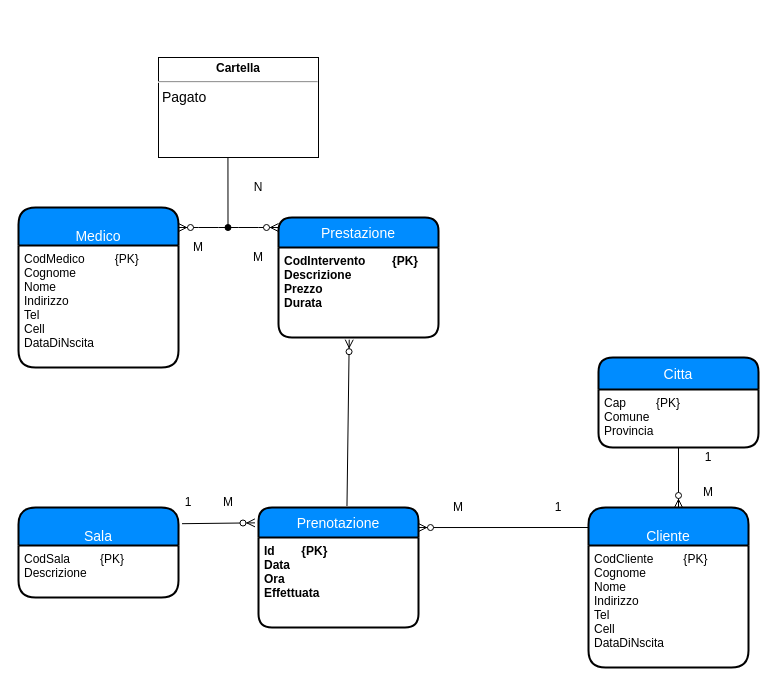
The draw.io diagram Studio_Dentistico_Associato_05_2022.drawio in amarzocchella/DB, before the edit. Source tidied: cells renumbered, new cells numbered last; positions are measured from the earlier drawing's top-left corner, leaving out a move shared by most shapes. Both pictures are drawn from the tidied source at 100%, with x=0, y=0 at pixel (18, 57).
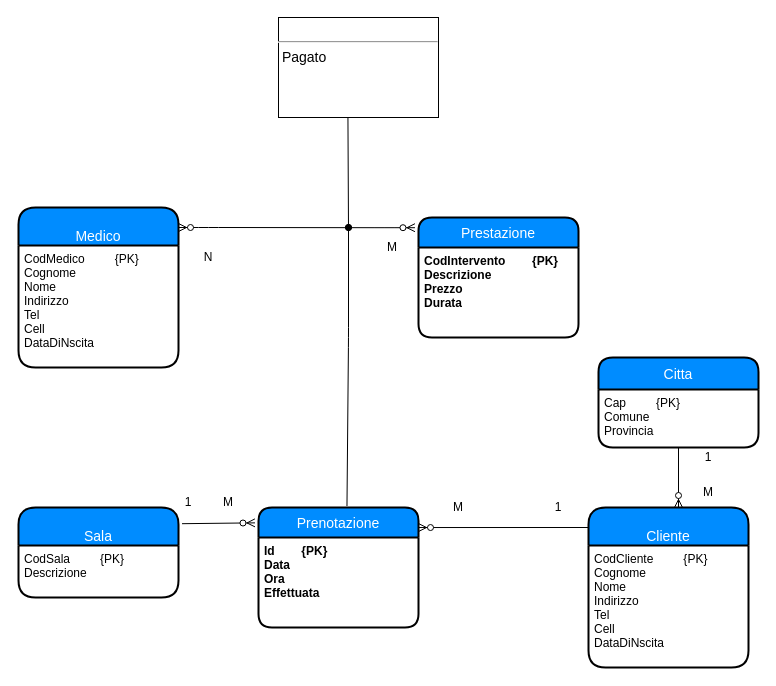
Above is the later version.

The change refers to these unchanged cells:
```xml
<mxCell id="3" value="CodIntervento        {PK}&#10;Descrizione&#10;Prezzo&#10;Durata" style="align=left;strokeColor=none;fillColor=none;spacingLeft=4;fontSize=12;verticalAlign=top;fontStyle=1;" parent="2" vertex="1">
  <mxGeometry y="30" width="160" height="90" as="geometry" />
</mxCell>
<mxCell id="16" value="&#10;Medico" style="swimlane;horizontal=1;startSize=38;fillColor=#008cff;fontColor=#FFFFFF;rounded=1;fontSize=14;fontStyle=0;strokeWidth=2;shadow=0;dashed=0;align=center;" parent="1" vertex="1">
  <mxGeometry y="150" width="160" height="160" as="geometry" />
</mxCell>
<mxCell id="23" value="Prenotazione" style="swimlane;horizontal=1;startSize=30;fillColor=#008cff;fontColor=#FFFFFF;rounded=1;fontSize=14;fontStyle=0;strokeWidth=2;shadow=0;dashed=0;align=center;" parent="1" vertex="1">
  <mxGeometry x="240" y="450" width="160" height="120" as="geometry" />
</mxCell>
```

The edit, as a diff of the source:
```diff
@@
     <mxCell id="2" value="Prestazione" style="swimlane;horizontal=1;startSize=30;fillColor=#008cff;fontColor=#FFFFFF;rounded=1;fontSize=14;fontStyle=0;strokeWidth=2;shadow=0;dashed=0;align=center;" parent="1" vertex="1">
-      <mxGeometry x="260" y="160" width="160" height="120" as="geometry" />
+      <mxGeometry x="400" y="160" width="160" height="120" as="geometry" />
     </mxCell>
@@
-    <mxCell id="6" style="edgeStyle=entityRelationEdgeStyle;fontSize=12;html=1;endArrow=ERzeroToMany;endFill=1;startArrow=ERzeroToMany;exitX=1;exitY=0.125;exitDx=0;exitDy=0;exitPerimeter=0;" parent="1" edge="1" source="16">
-      <mxGeometry relative="1" as="geometry">
-        <mxPoint x="260" y="170" as="targetPoint" />
-      </mxGeometry>
+    <mxCell id="6" style="edgeStyle=entityRelationEdgeStyle;fontSize=12;html=1;endArrow=ERzeroToMany;endFill=1;startArrow=ERzeroToMany;exitX=1;exitY=0.125;exitDx=0;exitDy=0;exitPerimeter=0;entryX=-0.022;entryY=0.085;entryDx=0;entryDy=0;entryPerimeter=0;" parent="1" edge="1" source="16" target="2">
+      <mxGeometry relative="1" as="geometry" />
     </mxCell>
     <mxCell id="7" style="endArrow=none;html=1;startArrow=oval;startFill=1;entryX=0.434;entryY=1;entryDx=0;entryDy=0;entryPerimeter=0;" parent="1" edge="1" target="11">
       <mxGeometry relative="1" as="geometry">
-        <mxPoint x="209.5" y="170" as="sourcePoint" />
+        <mxPoint x="330" y="170" as="sourcePoint" />
       </mxGeometry>
     </mxCell>
@@
-    <mxCell id="11" value="&lt;p style=&quot;margin: 4px 0px 0px ; text-align: center&quot;&gt;&lt;b&gt;Cartella&lt;/b&gt;&lt;/p&gt;&lt;hr&gt;&lt;div style=&quot;font-size: 14px&quot;&gt;&amp;nbsp;Pagato&lt;/div&gt;&lt;div style=&quot;font-size: 14px&quot;&gt;&amp;nbsp;&lt;/div&gt;" style="verticalAlign=top;align=left;overflow=fill;fontSize=12;fontFamily=Helvetica;html=1;" parent="1" vertex="1">
-      <mxGeometry x="140" width="160" height="100" as="geometry" />
+    <mxCell id="11" value="&lt;p style=&quot;margin: 4px 0px 0px ; text-align: center&quot;&gt;&lt;br&gt;&lt;/p&gt;&lt;hr&gt;&lt;div style=&quot;font-size: 14px&quot;&gt;&amp;nbsp;Pagato&lt;/div&gt;&lt;div style=&quot;font-size: 14px&quot;&gt;&amp;nbsp;&lt;/div&gt;" style="verticalAlign=top;align=left;overflow=fill;fontSize=12;fontFamily=Helvetica;html=1;" parent="1" vertex="1">
+      <mxGeometry x="260" y="-40" width="160" height="100" as="geometry" />
     </mxCell>
     <mxCell id="12" value="N" style="text;html=1;strokeColor=none;fillColor=none;align=center;verticalAlign=middle;whiteSpace=wrap;rounded=0;" parent="1" vertex="1">
-      <mxGeometry x="230" y="120" width="20" height="20" as="geometry" />
+      <mxGeometry x="180" y="190" width="20" height="20" as="geometry" />
     </mxCell>
     <mxCell id="13" value="M" style="text;html=1;strokeColor=none;fillColor=none;align=center;verticalAlign=middle;whiteSpace=wrap;rounded=0;" parent="1" vertex="1">
-      <mxGeometry x="230" y="190" width="20" height="20" as="geometry" />
+      <mxGeometry x="364" y="180" width="20" height="20" as="geometry" />
     </mxCell>
@@
-    <mxCell id="19" value="M" style="text;html=1;strokeColor=none;fillColor=none;align=center;verticalAlign=middle;whiteSpace=wrap;rounded=0;" parent="1" vertex="1">
-      <mxGeometry x="170" y="180" width="20" height="20" as="geometry" />
-    </mxCell>
@@
-    <mxCell id="22" style="fontSize=12;html=1;endArrow=ERzeroToMany;rounded=1;endFill=1;startFill=1;elbow=vertical;exitX=0.553;exitY=-0.012;exitDx=0;exitDy=0;exitPerimeter=0;entryX=0.442;entryY=1.024;entryDx=0;entryDy=0;entryPerimeter=0;" parent="1" edge="1" source="23" target="3">
-      <mxGeometry relative="1" as="geometry" />
+    <mxCell id="22" style="fontSize=12;html=1;endArrow=oval;rounded=1;endFill=1;startFill=1;elbow=vertical;exitX=0.553;exitY=-0.012;exitDx=0;exitDy=0;exitPerimeter=0;" parent="1" edge="1" source="23">
+      <mxGeometry relative="1" as="geometry">
+        <mxPoint x="330" y="170" as="targetPoint" />
+        <Array as="points">
+          <mxPoint x="330" y="280" />
+        </Array>
+      </mxGeometry>
     </mxCell>
```
